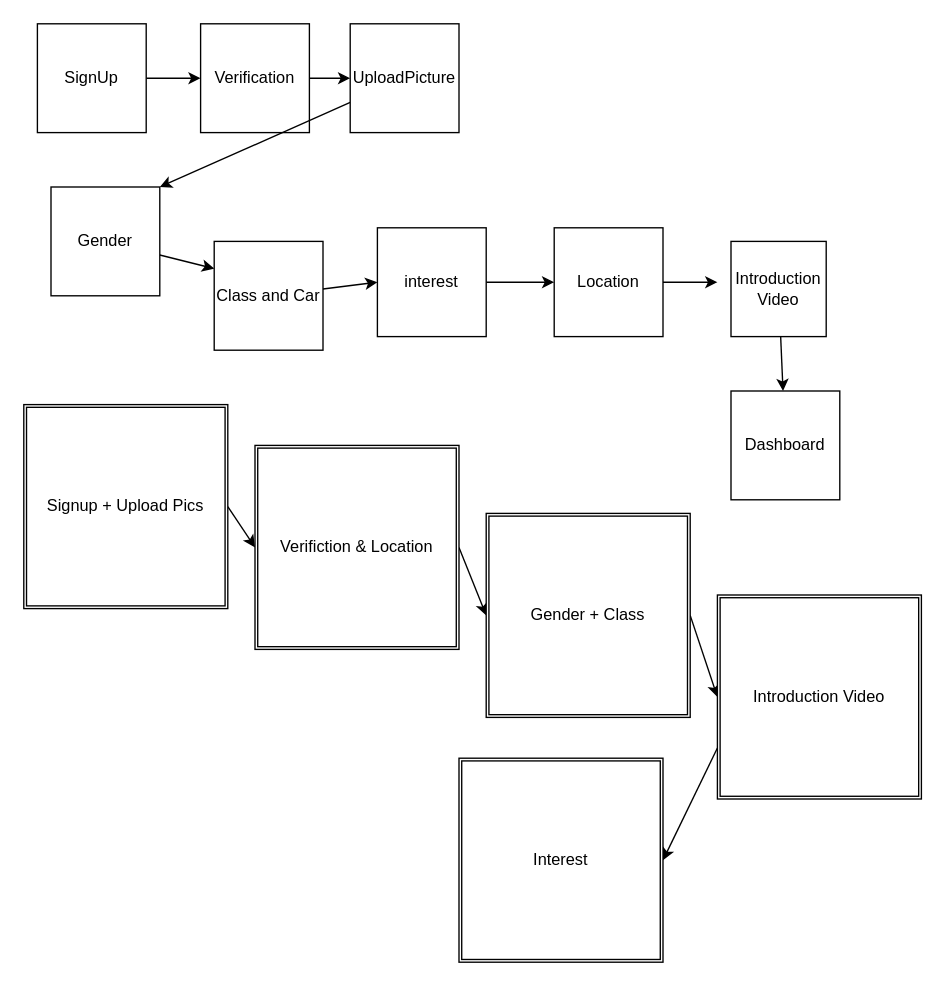
This is lib/blueprint.drawio from Christentimmy/New-LinkPal, a draw.io file, before an edit. Source tidied: cells renumbered, new cells numbered last; positions are measured from the earlier drawing's top-left corner, leaving out a move shared by most shapes. Both pictures are drawn from the tidied source at 136%, with x=0, y=0 at pixel (23, 23).
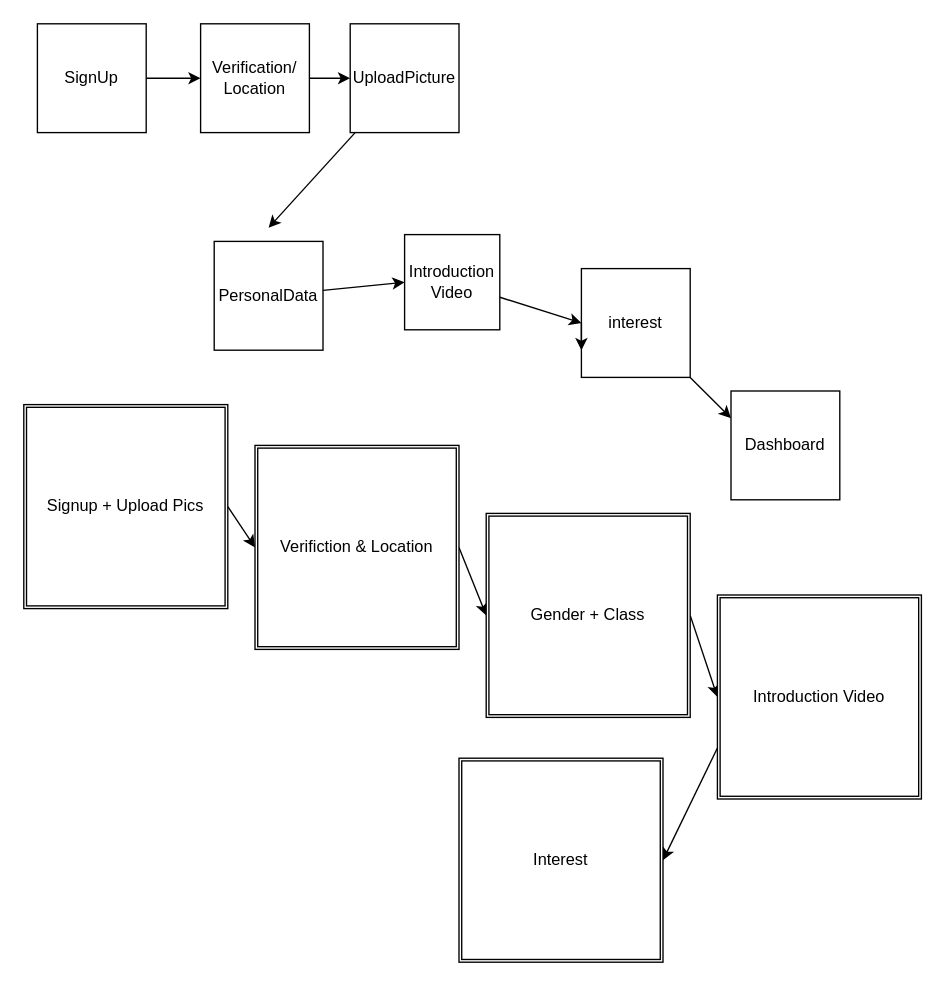
The same page after the edit.

Unchanged cells that the change refers to:
```xml
<mxCell id="7" value="UploadPicture" style="whiteSpace=wrap;html=1;" parent="1" vertex="1">
  <mxGeometry x="240" width="80" height="80" as="geometry" />
</mxCell>
<mxCell id="14" value="Dashboard" style="whiteSpace=wrap;html=1;" parent="1" vertex="1">
  <mxGeometry x="520" y="270" width="80" height="80" as="geometry" />
</mxCell>
```

What changed in the source:
```diff
@@
-    <mxCell id="5" value="Verification" style="whiteSpace=wrap;html=1;" parent="1" vertex="1">
+    <mxCell id="5" value="Verification/&lt;br&gt;Location" style="whiteSpace=wrap;html=1;" parent="1" vertex="1">
       <mxGeometry x="130" width="80" height="80" as="geometry" />
     </mxCell>
-    <mxCell id="6" style="edgeStyle=none;html=1;entryX=1;entryY=0;entryDx=0;entryDy=0;" parent="1" edge="1" source="7" target="18">
-      <mxGeometry relative="1" as="geometry" />
+    <mxCell id="6" style="edgeStyle=none;html=1;" parent="1" edge="1" source="7">
+      <mxGeometry relative="1" as="geometry">
+        <mxPoint x="180" y="150" as="targetPoint" />
+      </mxGeometry>
     </mxCell>
@@
-    <mxCell id="8" style="edgeStyle=none;html=1;entryX=0;entryY=0.5;entryDx=0;entryDy=0;" parent="1" edge="1" source="9" target="11">
-      <mxGeometry relative="1" as="geometry" />
-    </mxCell>
+    <mxCell id="28" style="edgeStyle=none;html=1;exitX=1;exitY=1;exitDx=0;exitDy=0;entryX=0;entryY=0.25;entryDx=0;entryDy=0;" parent="1" edge="1" source="9" target="14">
+      <mxGeometry relative="1" as="geometry" />
+    </mxCell>
     <mxCell id="9" value="interest" style="whiteSpace=wrap;html=1;" parent="1" vertex="1">
-      <mxGeometry x="260" y="150" width="80" height="80" as="geometry" />
+      <mxGeometry x="410" y="180" width="80" height="80" as="geometry" />
     </mxCell>
-    <mxCell id="10" style="edgeStyle=none;html=1;" parent="1" edge="1" source="11">
-      <mxGeometry relative="1" as="geometry">
-        <mxPoint x="510" y="190" as="targetPoint" />
-      </mxGeometry>
-    </mxCell>
-    <mxCell id="11" value="Location" style="whiteSpace=wrap;html=1;" parent="1" vertex="1">
-      <mxGeometry x="390" y="150" width="80" height="80" as="geometry" />
-    </mxCell>
-    <mxCell id="12" style="edgeStyle=none;html=1;" parent="1" edge="1" source="13" target="14">
+    <mxCell id="12" style="edgeStyle=none;html=1;entryX=0;entryY=0.5;entryDx=0;entryDy=0;" parent="1" edge="1" source="13" target="9">
       <mxGeometry relative="1" as="geometry" />
     </mxCell>
     <mxCell id="13" value="Introduction Video" style="whiteSpace=wrap;html=1;" parent="1" vertex="1">
-      <mxGeometry x="520" y="160" width="70" height="70" as="geometry" />
+      <mxGeometry x="280" y="155" width="70" height="70" as="geometry" />
     </mxCell>
@@
-    <mxCell id="15" style="edgeStyle=none;html=1;entryX=0;entryY=0.5;entryDx=0;entryDy=0;" parent="1" edge="1" source="16" target="9">
-      <mxGeometry relative="1" as="geometry" />
+    <mxCell id="15" style="edgeStyle=none;html=1;" parent="1" edge="1" source="16">
+      <mxGeometry relative="1" as="geometry">
+        <mxPoint x="280" y="190" as="targetPoint" />
+      </mxGeometry>
     </mxCell>
-    <mxCell id="16" value="Class and Car" style="whiteSpace=wrap;html=1;" parent="1" vertex="1">
+    <mxCell id="16" value="PersonalData" style="whiteSpace=wrap;html=1;" parent="1" vertex="1">
       <mxGeometry x="140" y="160" width="80" height="80" as="geometry" />
     </mxCell>
-    <mxCell id="17" style="edgeStyle=none;html=1;entryX=0;entryY=0.25;entryDx=0;entryDy=0;" parent="1" edge="1" source="18" target="16">
-      <mxGeometry relative="1" as="geometry" />
-    </mxCell>
-    <mxCell id="18" value="Gender" style="whiteSpace=wrap;html=1;" parent="1" vertex="1">
-      <mxGeometry x="20" y="120" width="80" height="80" as="geometry" />
-    </mxCell>
@@
+    <mxCell id="29" style="edgeStyle=none;html=1;exitX=0;exitY=0.5;exitDx=0;exitDy=0;entryX=0;entryY=0.75;entryDx=0;entryDy=0;" parent="1" edge="1" source="9" target="9">
+      <mxGeometry relative="1" as="geometry" />
+    </mxCell>
```
